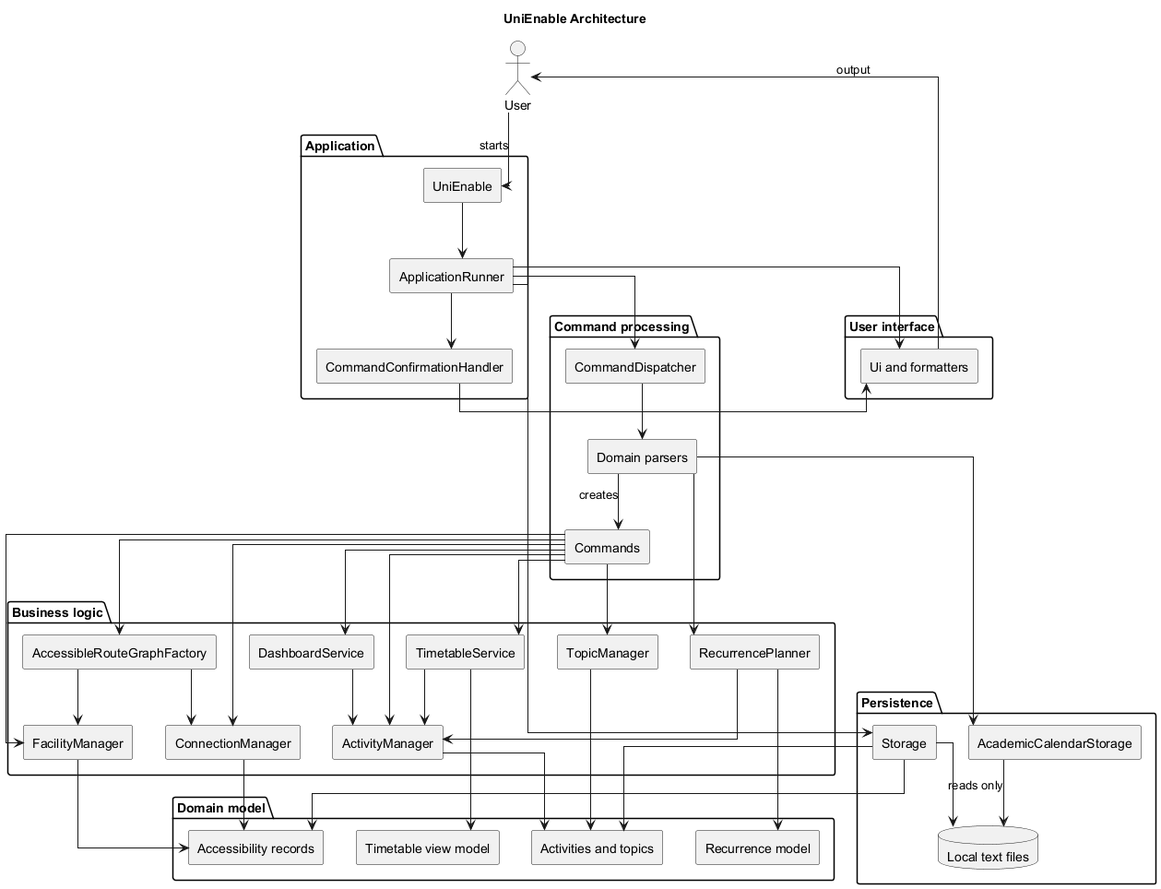
Above: docs/diagrams/architecture/ArchitectureDiagram.png in lukelouyu/SelfTeamProject (PlantUML), before the change.
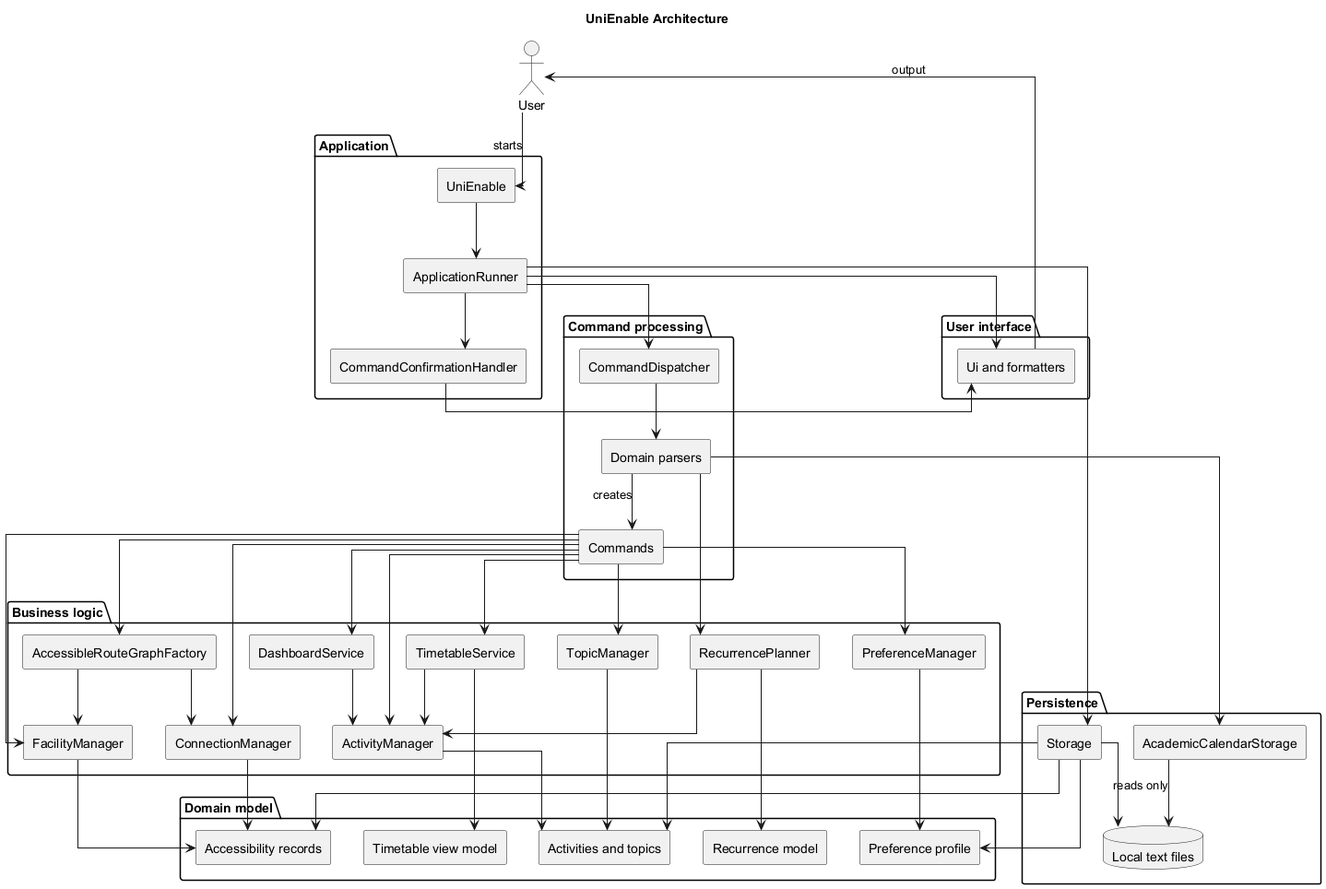
After the change.

The edit, as a diff of the source:
```diff
@@ -33,6 +33,7 @@
   [AccessibleRouteGraphFactory] as RouteLogic
   [DashboardService] as DashboardLogic
   [TimetableService] as TimetableLogic
+  [PreferenceManager] as PreferenceLogic
 }
 
 package "Domain model" {
@@ -40,6 +41,7 @@
   [Recurrence model] as RecurModel
   [Accessibility records] as AccessModel
   [Timetable view model] as TimetableModel
+  [Preference profile] as PreferenceModel
 }
 
 package "Persistence" {
@@ -66,8 +68,10 @@
 Commands --> DashboardLogic
 DashboardLogic --> ActivityLogic
 Commands --> TimetableLogic
+Commands --> PreferenceLogic
 TimetableLogic --> ActivityLogic
 TimetableLogic --> TimetableModel
+PreferenceLogic --> PreferenceModel
 Parsers --> RecurLogic
 ActivityLogic --> ActivityModel
 TopicLogic --> ActivityModel
@@ -78,6 +82,7 @@
 Runner --> Storage
 Storage --> ActivityModel
 Storage --> AccessModel
+Storage --> PreferenceModel
 Storage --> Files
 CalendarStorage --> Files : reads only
 Parsers --> CalendarStorage
```
